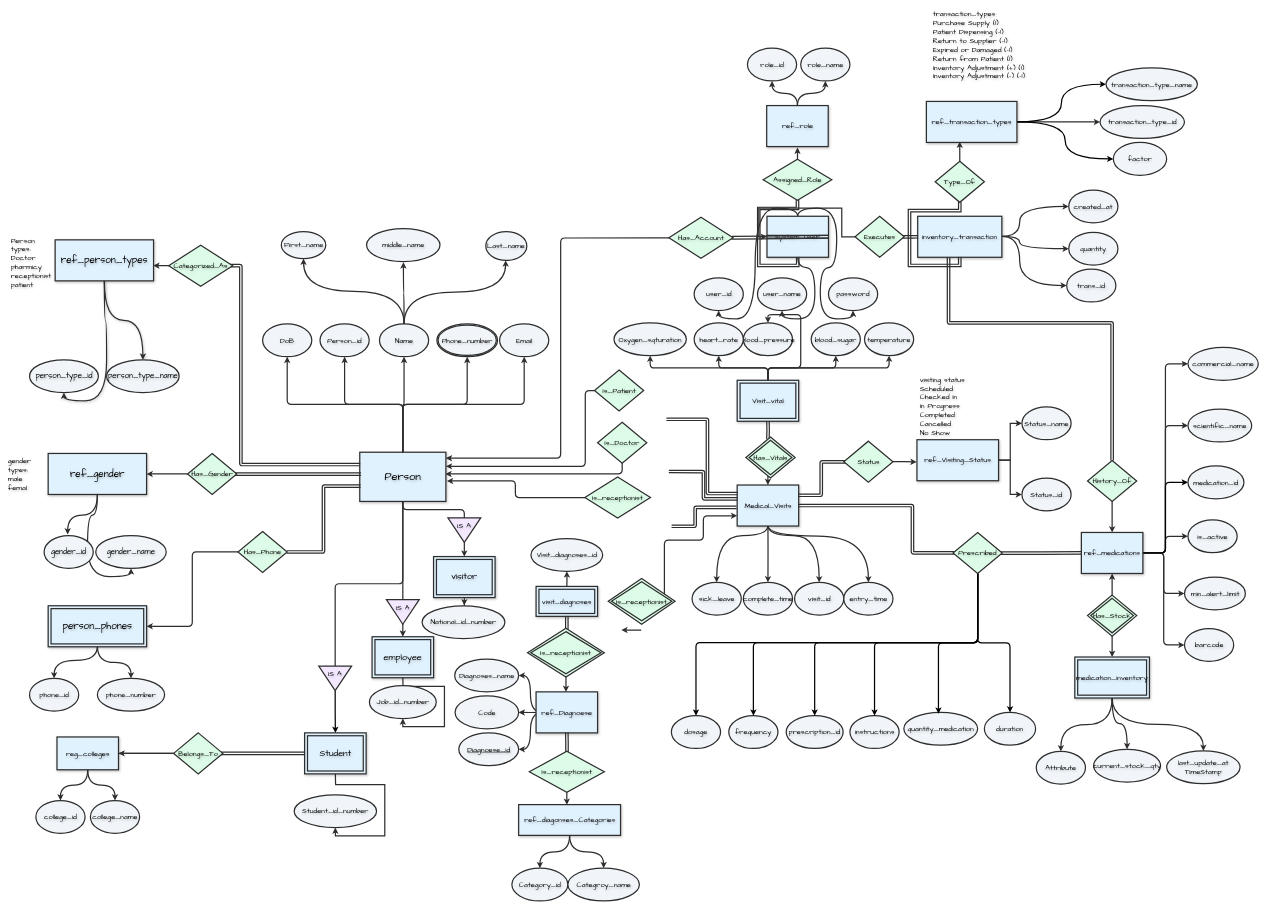
This is UMSC.drawio from abdulrahmanfarhan/UMCS, a draw.io file, before an edit. Source tidied: cells renumbered, new cells numbered last; positions are measured from the earlier drawing's top-left corner, leaving out a move shared by most shapes. Both pictures are drawn from the tidied source at 41%, with x=0, y=0 at pixel (7, 7).
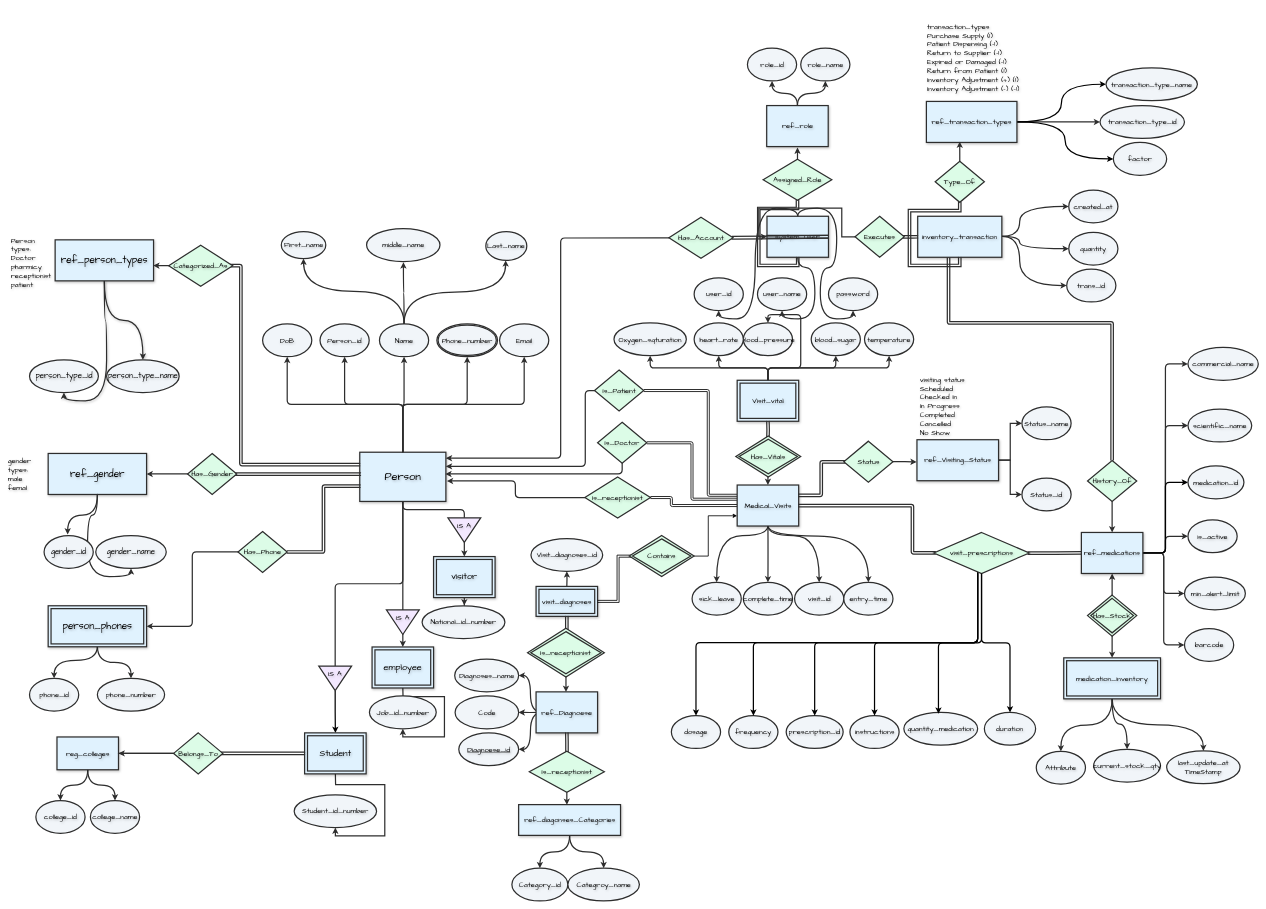
Above is the later version.

Unchanged cells that the change refers to:
```xml
<mxCell id="147" value="visit_diagnoses" style="shape=ext;margin=3;double=1;align=center;fontSize=18;fontStyle=0;fillColor=#E0F2FE;strokeColor=#2E2E2E;strokeWidth=3;fontColor=#000000;labelBackgroundColor=none;labelBorderColor=none;textShadow=1;whiteSpace=wrap;spacingTop=0;snapToPoint=0;linecap=round;shadow=1;rounded=0;glass=0;fontFamily=Comic Sans MS;" parent="1" vertex="1">
  <mxGeometry x="1290" y="1412.8" width="150" height="73" as="geometry" />
</mxCell>
<mxCell id="149" value="Medical_Visits" style="align=center;fillColor=#E0F2FE;strokeColor=#2E2E2E;strokeWidth=3;textShadow=1;spacingTop=0;snapToPoint=0;linecap=round;shadow=1;fillStyle=auto;whiteSpace=wrap;fontSize=18;fontStyle=0;fontColor=#000000;rounded=0;glass=0;fontFamily=Comic Sans MS;" parent="1" vertex="1">
  <mxGeometry x="1780.5" y="1165.5" width="150" height="100" as="geometry" />
</mxCell>
<mxCell id="160" value="Is_Doctor" style="rhombus;strokeWidth=3;fontSize=18;fontStyle=0;align=center;labelBackgroundColor=none;labelBorderColor=none;textShadow=1;whiteSpace=wrap;spacingTop=0;snapToPoint=0;linecap=round;fillColor=#DCFCE7;strokeColor=#2E2E2E;shadow=0;fontFamily=Comic Sans MS;" parent="1" vertex="1">
  <mxGeometry x="1440" y="1012.5" width="120" height="100" as="geometry" />
</mxCell>
<mxCell id="164" value="Is_receptionist" style="rhombus;strokeWidth=3;fontSize=18;fontStyle=0;align=center;labelBackgroundColor=none;labelBorderColor=none;textShadow=1;whiteSpace=wrap;spacingTop=0;snapToPoint=0;linecap=round;fillColor=#DCFCE7;strokeColor=#2E2E2E;shadow=0;fontFamily=Comic Sans MS;" parent="1" vertex="1">
  <mxGeometry x="1409" y="1146" width="160" height="100" as="geometry" />
</mxCell>
<mxCell id="167" value="Is_Patient" style="rhombus;strokeWidth=3;fontSize=18;fontStyle=0;align=center;labelBackgroundColor=none;labelBorderColor=none;textShadow=1;whiteSpace=wrap;spacingTop=0;snapToPoint=0;linecap=round;fillColor=#DCFCE7;strokeColor=#2E2E2E;shadow=0;fontFamily=Comic Sans MS;" parent="1" vertex="1">
  <mxGeometry x="1432.5" y="885" width="120" height="100" as="geometry" />
</mxCell>
```

Diff of the diagram source:
```diff
@@
     <mxCell id="61" style="edgeStyle=orthogonalEdgeStyle;rounded=0;jettySize=auto;entryX=0.5;entryY=1;entryDx=0;entryDy=0;exitX=0.5;exitY=0;exitDx=0;exitDy=0;fontSize=18;strokeWidth=3;fontStyle=0;align=center;fontColor=default;labelBackgroundColor=none;labelBorderColor=none;textShadow=1;spacingTop=0;snapToPoint=0;linecap=round;strokeColor=#2E2E2E;shadow=0;fontFamily=Comic Sans MS;" parent="1" edge="1" target="62">
       <mxGeometry relative="1" as="geometry">
-        <mxPoint x="965" y="1635.5" as="sourcePoint" />
+        <mxPoint x="965" y="1660.5" as="sourcePoint" />
       </mxGeometry>
     </mxCell>
     <mxCell id="62" value="Job_id_number" style="ellipse;flipV=1;fontSize=18;fillColor=#F1F5F9;strokeColor=#2E2E2E;strokeWidth=3;fontStyle=0;align=center;fontColor=light-dark(#000000,#EDEDED);labelBackgroundColor=none;labelBorderColor=none;textShadow=1;whiteSpace=wrap;spacingTop=0;snapToPoint=0;linecap=round;shadow=0;fontFamily=Comic Sans MS;" parent="1" vertex="1">
-      <mxGeometry x="883.5" y="1655" width="163" height="80" as="geometry" />
+      <mxGeometry x="883.5" y="1680" width="163" height="80" as="geometry" />
     </mxCell>
     <mxCell id="63" style="edgeStyle=orthogonalEdgeStyle;rounded=0;jettySize=auto;entryX=0.5;entryY=1;entryDx=0;entryDy=0;fontSize=18;strokeWidth=3;fontStyle=0;align=center;fontColor=default;labelBackgroundColor=none;labelBorderColor=none;textShadow=1;spacingTop=0;snapToPoint=0;linecap=round;strokeColor=#2E2E2E;shadow=0;fontFamily=Comic Sans MS;" parent="1" edge="1" source="64">
       <mxGeometry relative="1" as="geometry">
-        <mxPoint x="965" y="1535.5" as="targetPoint" />
+        <mxPoint x="965" y="1560.5" as="targetPoint" />
       </mxGeometry>
     </mxCell>
     <mxCell id="64" style="triangle;rotation=90;fontSize=18;fillColor=#F3E8FF;strokeColor=#2E2E2E;strokeWidth=3;fontStyle=0;align=center;fontColor=default;labelBackgroundColor=none;labelBorderColor=none;textShadow=1;whiteSpace=wrap;spacingTop=0;snapToPoint=0;linecap=round;shadow=0;fontFamily=Comic Sans MS;" parent="1" vertex="1">
-      <mxGeometry x="935" y="1435" width="60" height="80" as="geometry" />
+      <mxGeometry x="935" y="1460" width="60" height="80" as="geometry" />
     </mxCell>
@@
     <mxCell id="98" value="medication_inventory" style="shape=ext;margin=3;double=1;align=center;fontSize=18;fontStyle=0;fillColor=#E0F2FE;strokeColor=#2E2E2E;strokeWidth=3;fontColor=#000000;labelBackgroundColor=none;labelBorderColor=none;textShadow=1;whiteSpace=wrap;spacingTop=0;snapToPoint=0;linecap=round;shadow=1;rounded=0;glass=0;fontFamily=Comic Sans MS;" parent="1" vertex="1">
-      <mxGeometry x="2604" y="1585" width="182" height="100" as="geometry" />
+      <mxGeometry x="2577" y="1587" width="236" height="100" as="geometry" />
     </mxCell>
@@
     <mxCell id="141" value="IS A" style="text;strokeColor=none;fillColor=none;align=center;verticalAlign=middle;rounded=0;strokeWidth=3;fontSize=18;fontStyle=0;fontColor=default;labelBackgroundColor=none;labelBorderColor=none;textShadow=1;whiteSpace=wrap;spacingTop=0;linecap=round;shadow=0;fontFamily=Comic Sans MS;" parent="1" vertex="1">
-      <mxGeometry x="935" y="1450" width="60" height="30" as="geometry" />
+      <mxGeometry x="935" y="1475" width="60" height="30" as="geometry" />
     </mxCell>
@@
     <mxCell id="144" value="employee" style="shape=ext;margin=3;double=1;align=center;fontSize=22;fontStyle=0;fillColor=#E0F2FE;strokeColor=#2E2E2E;strokeWidth=3;fontColor=#000000;labelBackgroundColor=none;labelBorderColor=none;textShadow=1;whiteSpace=wrap;spacingTop=0;linecap=round;shadow=1;rounded=0;glass=0;fontFamily=Comic Sans MS;" parent="1" vertex="1">
-      <mxGeometry x="890" y="1535.5" width="150" height="100" as="geometry" />
+      <mxGeometry x="890" y="1560.5" width="150" height="100" as="geometry" />
     </mxCell>
@@
+    <mxCell id="221" style="edgeStyle=orthogonalEdgeStyle;rounded=1;jettySize=auto;html=1;entryX=1;entryY=0.5;entryDx=0;entryDy=0;strokeWidth=2;shape=link;" parent="1" edge="1" source="149" target="164">
+      <mxGeometry relative="1" as="geometry">
+        <Array as="points">
+          <mxPoint x="1620" y="1216" />
+          <mxPoint x="1620" y="1196" />
+        </Array>
+      </mxGeometry>
+    </mxCell>
+    <mxCell id="222" style="edgeStyle=orthogonalEdgeStyle;rounded=1;jettySize=auto;html=1;exitX=0.005;exitY=0.346;exitDx=0;exitDy=0;entryX=1;entryY=0.5;entryDx=0;entryDy=0;exitPerimeter=0;strokeWidth=2;shape=link;" parent="1" edge="1" source="149" target="160">
+      <mxGeometry relative="1" as="geometry" />
+    </mxCell>
+    <mxCell id="223" style="edgeStyle=orthogonalEdgeStyle;rounded=1;jettySize=auto;html=1;exitX=0;exitY=0.25;exitDx=0;exitDy=0;entryX=1;entryY=0.5;entryDx=0;entryDy=0;strokeWidth=2;shape=link;" parent="1" edge="1" source="149" target="167">
+      <mxGeometry relative="1" as="geometry">
+        <Array as="points">
+          <mxPoint x="1710" y="1191" />
+          <mxPoint x="1710" y="935" />
+        </Array>
+      </mxGeometry>
+    </mxCell>
@@
-    <mxCell id="163" style="edgeStyle=orthogonalEdgeStyle;rounded=1;orthogonalLoop=1;jettySize=auto;html=1;shape=link;strokeWidth=3;exitX=0.966;exitY=0.501;exitDx=0;exitDy=0;exitPerimeter=0;snapToPoint=0;linecap=round;strokeColor=#2E2E2E;shadow=0;fontSize=18;fontStyle=0;textShadow=1;fontFamily=Comic Sans MS;" parent="1" edge="1">
-      <mxGeometry relative="1" as="geometry">
-        <mxPoint x="1621.6" y="1266.1" as="sourcePoint" />
-        <mxPoint x="1778" y="1220" as="targetPoint" />
-        <Array as="points">
-          <mxPoint x="1678" y="1266" />
-          <mxPoint x="1678" y="1220" />
-        </Array>
-      </mxGeometry>
-    </mxCell>
@@
-    <mxCell id="166" style="edgeStyle=orthogonalEdgeStyle;rounded=1;jettySize=auto;entryX=0.002;entryY=0.207;entryDx=0;entryDy=0;shape=link;exitX=0.987;exitY=0.501;exitDx=0;exitDy=0;exitPerimeter=0;entryPerimeter=0;strokeWidth=3;fontSize=18;fontStyle=0;align=center;fontColor=default;labelBackgroundColor=none;labelBorderColor=none;textShadow=1;spacingTop=0;snapToPoint=0;linecap=round;strokeColor=#2E2E2E;shadow=0;fontFamily=Comic Sans MS;" parent="1" edge="1" target="149">
-      <mxGeometry relative="1" as="geometry">
-        <mxPoint x="1608.9" y="1005.1" as="sourcePoint" />
-        <Array as="points">
-          <mxPoint x="1708" y="1005" />
-          <mxPoint x="1708" y="1186" />
-        </Array>
-      </mxGeometry>
-    </mxCell>
@@
     <mxCell id="183" value="Has_Vitals" style="shape=rhombus;double=1;perimeter=rhombusPerimeter;align=center;strokeWidth=3;fontSize=18;fontStyle=0;labelBackgroundColor=none;labelBorderColor=none;textShadow=1;whiteSpace=wrap;spacingTop=0;linecap=round;fillColor=#DCFCE7;strokeColor=#2E2E2E;shadow=0;fontFamily=Comic Sans MS;" parent="1" vertex="1">
-      <mxGeometry x="1801.8" y="1048.5" width="120" height="100" as="geometry" />
+      <mxGeometry x="1777.2" y="1046" width="158.2" height="100" as="geometry" />
     </mxCell>
@@
-    <mxCell id="185" style="edgeStyle=orthogonalEdgeStyle;rounded=0;orthogonalLoop=1;jettySize=auto;entryX=1;entryY=0.5;entryDx=0;entryDy=0;strokeWidth=3;fontSize=18;fontStyle=0;align=center;fontColor=default;labelBackgroundColor=none;labelBorderColor=none;textShadow=1;spacingTop=0;snapToPoint=0;linecap=round;strokeColor=#2E2E2E;shadow=0;fontFamily=Comic Sans MS;" parent="1" edge="1">
-      <mxGeometry relative="1" as="geometry">
-        <mxPoint x="1545.5" y="1519.2" as="sourcePoint" />
-        <mxPoint x="1498" y="1519.2" as="targetPoint" />
-      </mxGeometry>
-    </mxCell>
@@
-    <mxCell id="188" style="edgeStyle=orthogonalEdgeStyle;rounded=1;jettySize=auto;entryX=0;entryY=0.75;entryDx=0;entryDy=0;strokeWidth=3;fontSize=18;fontStyle=0;align=center;fontColor=default;labelBackgroundColor=none;labelBorderColor=none;textShadow=1;spacingTop=0;exitX=0.5;exitY=0;exitDx=0;exitDy=0;snapToPoint=0;linecap=round;curved=0;strokeColor=#2E2E2E;shadow=0;fontFamily=Comic Sans MS;" parent="1" edge="1" target="149">
-      <mxGeometry relative="1" as="geometry">
-        <mxPoint x="1605.5" y="1463.6" as="sourcePoint" />
-        <Array as="points">
-          <mxPoint x="1603" y="1300" />
-          <mxPoint x="1698" y="1300" />
-          <mxPoint x="1698" y="1240" />
-        </Array>
-      </mxGeometry>
-    </mxCell>
-    <mxCell id="189" value="Is_receptionist" style="shape=rhombus;double=1;perimeter=rhombusPerimeter;align=center;strokeWidth=3;fontSize=18;fontStyle=0;labelBackgroundColor=none;labelBorderColor=none;textShadow=1;whiteSpace=wrap;spacingTop=0;linecap=round;fillColor=#DCFCE7;strokeColor=#2E2E2E;shadow=0;fontFamily=Comic Sans MS;" parent="1" vertex="1">
-      <mxGeometry x="1466" y="1393.6" width="163" height="111.2" as="geometry" />
-    </mxCell>
@@
     <mxCell id="193" value="transaction_types&#10;Purchase Supply&#9;(1)&#10;Patient Dispensing&#9;(-1)&#10;Return to Supplier&#9;(-1)&#10;Expired or Damaged&#9;(-1)&#10;Return from Patient&#9;&#9;(1)&#10;Inventory Adjustment (+)&#9;&#9;(1)&#10;Inventory Adjustment (-)&#9;&#9;(-1)&#10;" style="text;overflow=hidden;rounded=0;strokeWidth=3;fontSize=18;fontStyle=0;align=left;fontColor=default;labelBackgroundColor=none;labelBorderColor=none;textShadow=1;whiteSpace=wrap;spacingTop=0;linecap=round;strokeColor=none;shadow=0;fontFamily=Comic Sans MS;" parent="1" vertex="1">
-      <mxGeometry x="2255.5" width="241.5" height="228" as="geometry" />
+      <mxGeometry x="2242" y="30" width="274.5" height="228" as="geometry" />
     </mxCell>
@@
-    <mxCell id="208" value="Prescribed" style="rhombus;strokeWidth=3;fontSize=18;fontStyle=0;align=center;labelBackgroundColor=none;labelBorderColor=none;textShadow=1;whiteSpace=wrap;spacingTop=0;snapToPoint=0;linecap=round;fillColor=#DCFCE7;strokeColor=#2E2E2E;shadow=0;fontFamily=Comic Sans MS;" parent="1" vertex="1">
-      <mxGeometry x="2307" y="1281.2" width="120" height="100" as="geometry" />
+    <mxCell id="208" value="visit_prescriptions" style="rhombus;strokeWidth=3;fontSize=18;fontStyle=0;align=center;labelBackgroundColor=none;labelBorderColor=none;textShadow=1;whiteSpace=wrap;spacingTop=0;snapToPoint=0;linecap=round;fillColor=#DCFCE7;strokeColor=#2E2E2E;shadow=0;fontFamily=Comic Sans MS;" parent="1" vertex="1">
+      <mxGeometry x="2260" y="1281.2" width="233" height="100" as="geometry" />
     </mxCell>
@@
-    <mxCell id="214" style="edgeStyle=orthogonalEdgeStyle;rounded=1;jettySize=auto;html=1;entryX=-0.002;entryY=0.336;entryDx=0;entryDy=0;entryPerimeter=0;shape=link;strokeWidth=3;exitX=0.975;exitY=0.5;exitDx=0;exitDy=0;exitPerimeter=0;snapToPoint=0;linecap=round;strokeColor=#2E2E2E;shadow=0;fontSize=18;fontStyle=0;textShadow=1;fontFamily=Comic Sans MS;" parent="1" edge="1" target="149">
-      <mxGeometry relative="1" as="geometry">
-        <mxPoint x="1615" y="1132.5" as="sourcePoint" />
-      </mxGeometry>
-    </mxCell>
@@
+    <mxCell id="224" style="edgeStyle=orthogonalEdgeStyle;rounded=0;jettySize=auto;html=1;entryX=0;entryY=0.75;entryDx=0;entryDy=0;strokeWidth=2;" parent="1" edge="1" source="226" target="149">
+      <mxGeometry relative="1" as="geometry">
+        <Array as="points">
+          <mxPoint x="1710" y="1339" />
+          <mxPoint x="1710" y="1241" />
+        </Array>
+      </mxGeometry>
+    </mxCell>
+    <mxCell id="225" style="edgeStyle=orthogonalEdgeStyle;rounded=0;jettySize=auto;html=1;entryX=1;entryY=0.5;entryDx=0;entryDy=0;shape=link;strokeWidth=2;exitX=0.042;exitY=0.52;exitDx=0;exitDy=0;exitPerimeter=0;" parent="1" edge="1" source="226" target="147">
+      <mxGeometry relative="1" as="geometry">
+        <Array as="points">
+          <mxPoint x="1524" y="1339" />
+          <mxPoint x="1490" y="1339" />
+          <mxPoint x="1490" y="1449" />
+        </Array>
+      </mxGeometry>
+    </mxCell>
+    <mxCell id="226" value="Contains" style="shape=rhombus;double=1;perimeter=rhombusPerimeter;align=center;strokeWidth=3;fontSize=18;fontStyle=0;labelBackgroundColor=none;labelBorderColor=none;textShadow=1;whiteSpace=wrap;spacingTop=0;snapToPoint=0;linecap=round;fillColor=#DCFCE7;strokeColor=#2E2E2E;shadow=0;fontFamily=Comic Sans MS;" parent="1" vertex="1">
+      <mxGeometry x="1517.2" y="1288.8" width="158.2" height="100" as="geometry" />
+    </mxCell>
```
